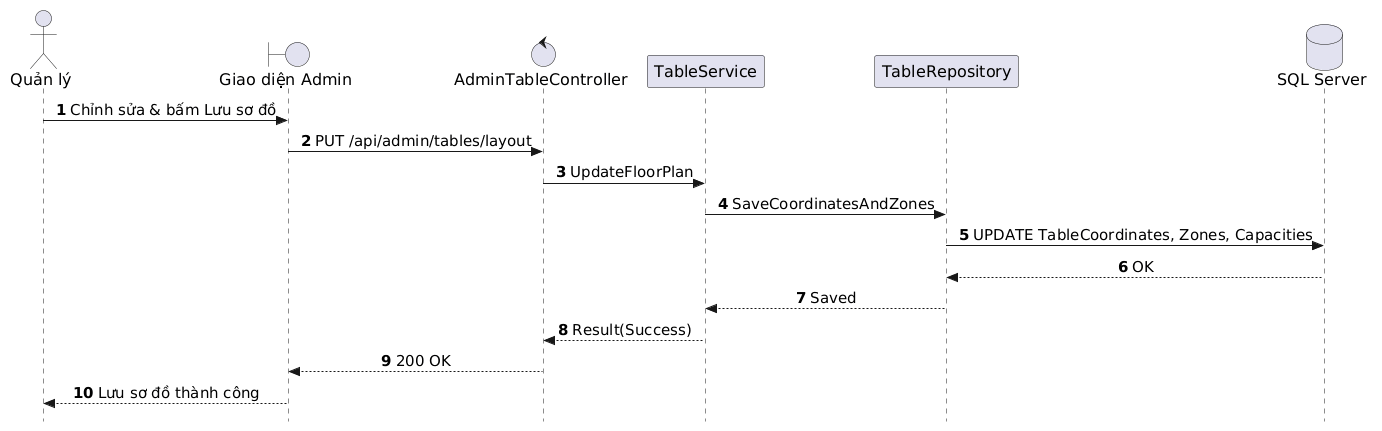
AndrewQng/VinDining keeps this PlantUML diagram as out/docs/puml/sequences/SD_UC_A2_Floor_Plan_Layout/SD_UC_A2_Floor_Plan_Layout.png. Above is the earlier version.
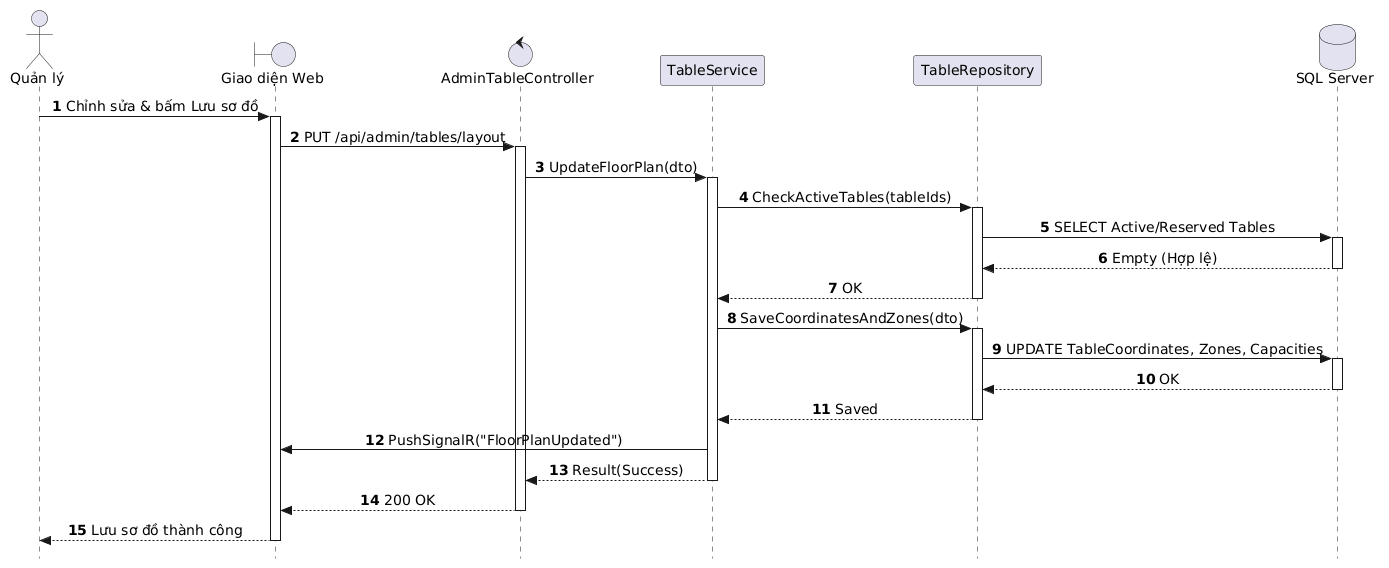
The same diagram one commit later.

Change to the diagram source:
```diff
@@ -4,28 +4,52 @@
 skinparam sequenceMessageAlign center
 skinparam responseMessageBelowArrow true
 skinparam defaultFontName "Segoe UI", Arial, sans-serif
-skinparam defaultFontSize 16
-skinparam sequenceActorFontSize 16
-skinparam sequenceParticipantFontSize 16
-skinparam sequenceArrowFontSize 15
-skinparam sequenceGroupFontSize 15
-skinparam sequenceGroupHeaderFontSize 15
+skinparam defaultFontSize 14
 
 actor "Quản lý" as Manager
-boundary "Giao diện Admin" as UI
+boundary "Giao diện Web" as UI
 control "AdminTableController" as Controller
 participant "TableService" as Service
 participant "TableRepository" as Repo
 database "SQL Server" as DB
 
 Manager -> UI: Chỉnh sửa & bấm Lưu sơ đồ
+activate UI
+
 UI -> Controller: PUT /api/admin/tables/layout
-Controller -> Service: UpdateFloorPlan
-Service -> Repo: SaveCoordinatesAndZones
+activate Controller
+
+Controller -> Service: UpdateFloorPlan(dto)
+activate Service
+
+Service -> Repo: CheckActiveTables(tableIds)
+activate Repo
+Repo -> DB: SELECT Active/Reserved Tables
+activate DB
+DB --> Repo: Empty (Hợp lệ)
+deactivate DB
+Repo --> Service: OK
+deactivate Repo
+
+Service -> Repo: SaveCoordinatesAndZones(dto)
+activate Repo
+
 Repo -> DB: UPDATE TableCoordinates, Zones, Capacities
+activate DB
 DB --> Repo: OK
+deactivate DB
+
 Repo --> Service: Saved
+deactivate Repo
+
+Service -> UI: PushSignalR("FloorPlanUpdated")
+
 Service --> Controller: Result(Success)
+deactivate Service
+
 Controller --> UI: 200 OK
+deactivate Controller
+
 UI --> Manager: Lưu sơ đồ thành công
+deactivate UI
 @enduml
```
